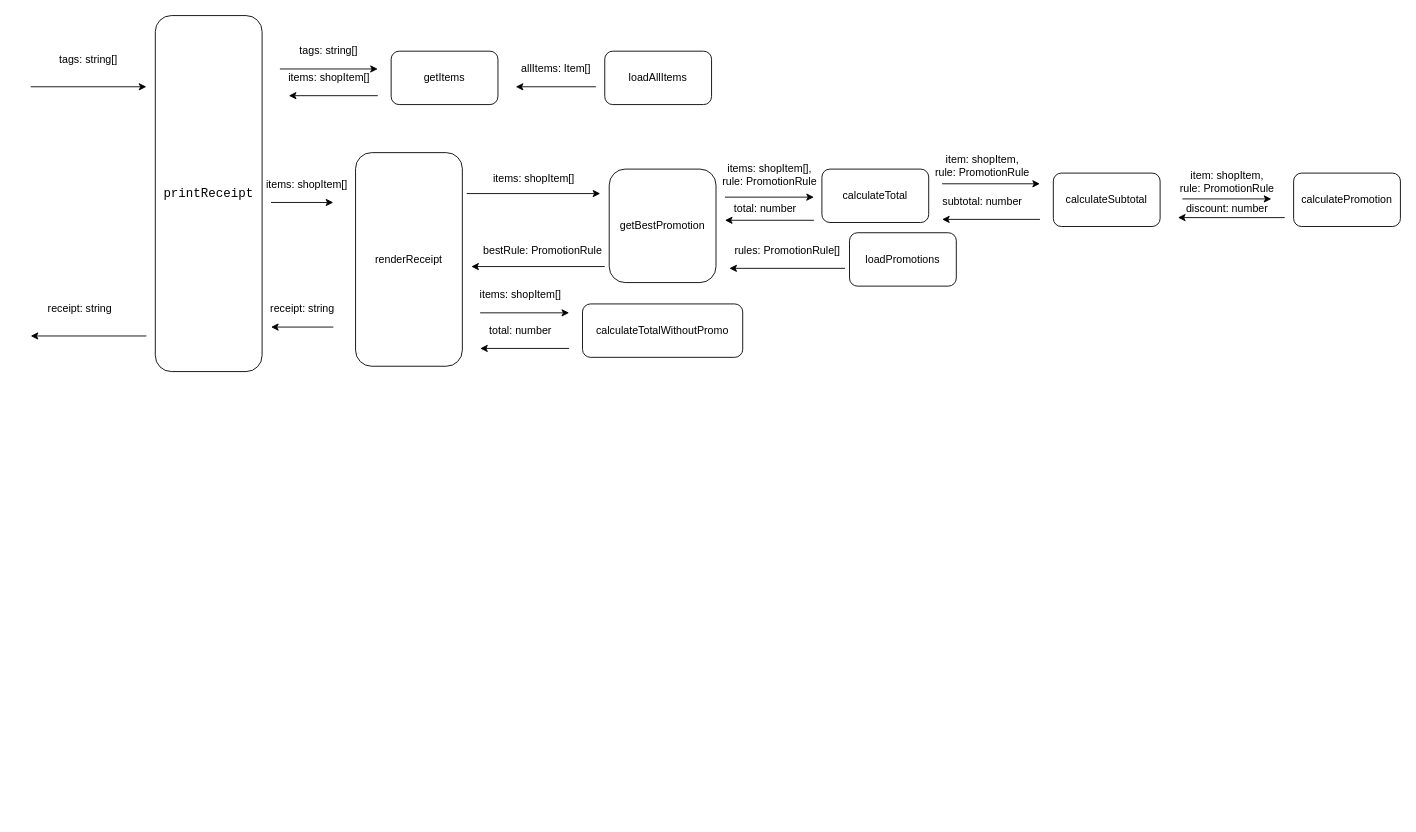
The draw.io diagram print-receipt.drawio in kristol07/POS-Machine-V1-2020-11-5-3-48-45-545, before the edit. Source tidied: cells renumbered, new cells numbered last; positions are measured from the earlier drawing's top-left corner, leaving out a move shared by most shapes. Both pictures are drawn from the tidied source at 89%, with x=0, y=0 at pixel (30, 15).
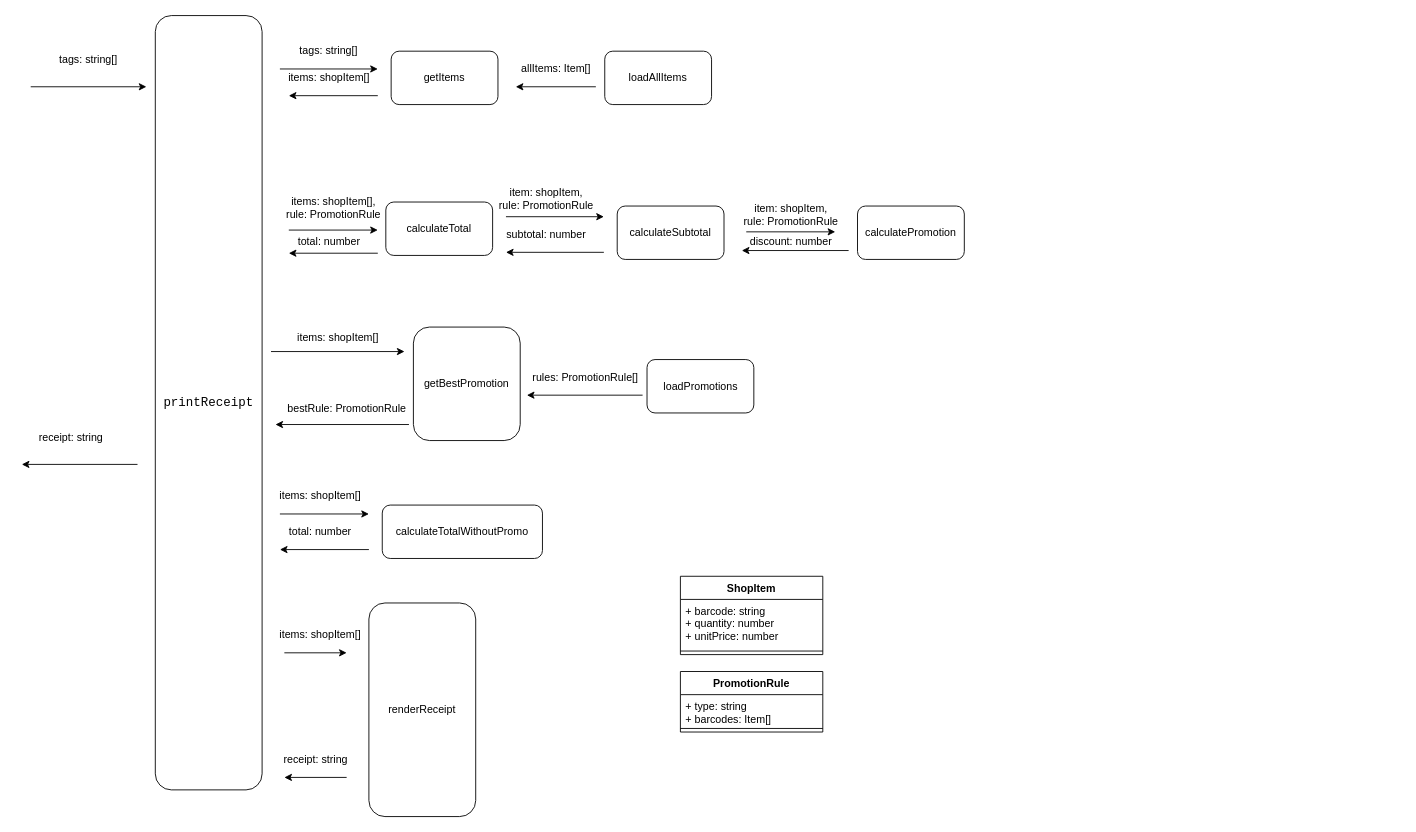
The same page after the edit.

Commit message (it also covers changes not shown here):
Feat: update tasking diagram

What changed in the source:
```diff
@@
     <mxCell id="2" value="&lt;div style=&quot;background-color: rgb(255 , 255 , 255) ; font-family: &amp;#34;consolas&amp;#34; , &amp;#34;courier new&amp;#34; , monospace ; font-size: 14px ; line-height: 19px&quot;&gt;printReceipt&lt;/div&gt;" style="rounded=1;whiteSpace=wrap;html=1;" parent="1" vertex="1">
-      <mxGeometry x="140" width="120" height="400" as="geometry" />
+      <mxGeometry x="140" width="120" height="870" as="geometry" />
     </mxCell>
@@
     <mxCell id="4" value="receipt: string" style="text;html=1;align=center;verticalAlign=middle;" parent="1" vertex="1">
-      <mxGeometry x="10" y="320" width="90" height="20" as="geometry" />
+      <mxGeometry y="464.3" width="90" height="20" as="geometry" />
     </mxCell>
@@
     <mxCell id="8" value="calculateSubtotal" style="rounded=1;whiteSpace=wrap;html=1;" parent="1" vertex="1">
-      <mxGeometry x="1149" y="177" width="120" height="60" as="geometry" />
+      <mxGeometry x="659" y="214" width="120" height="60" as="geometry" />
     </mxCell>
     <mxCell id="9" value="item: shopItem, &lt;br&gt;rule: PromotionRule" style="text;html=1;align=center;verticalAlign=middle;" parent="1" vertex="1">
-      <mxGeometry x="1009" y="154" width="120" height="30" as="geometry" />
+      <mxGeometry x="519" y="191" width="120" height="30" as="geometry" />
     </mxCell>
     <mxCell id="10" value="subtotal: number" style="text;html=1;align=center;verticalAlign=middle;" parent="1" vertex="1">
-      <mxGeometry x="1014" y="199" width="110" height="20" as="geometry" />
+      <mxGeometry x="524" y="236" width="110" height="20" as="geometry" />
     </mxCell>
     <mxCell id="11" value="calculateTotalWithoutPromo" style="rounded=1;whiteSpace=wrap;html=1;" parent="1" vertex="1">
-      <mxGeometry x="620" y="324" width="180" height="60" as="geometry" />
+      <mxGeometry x="395" y="550" width="180" height="60" as="geometry" />
     </mxCell>
     <mxCell id="12" value="items: shopItem[]" style="text;html=1;align=center;verticalAlign=middle;" parent="1" vertex="1">
-      <mxGeometry x="495" y="304" width="110" height="20" as="geometry" />
+      <mxGeometry x="270" y="530" width="110" height="20" as="geometry" />
     </mxCell>
     <mxCell id="13" value="total: number" style="text;html=1;align=center;verticalAlign=middle;" parent="1" vertex="1">
-      <mxGeometry x="505" y="344" width="90" height="20" as="geometry" />
+      <mxGeometry x="280" y="570" width="90" height="20" as="geometry" />
     </mxCell>
     <mxCell id="14" value="calculatePromotion" style="rounded=1;whiteSpace=wrap;html=1;" parent="1" vertex="1">
-      <mxGeometry x="1419" y="177" width="120" height="60" as="geometry" />
+      <mxGeometry x="929" y="214" width="120" height="60" as="geometry" />
     </mxCell>
     <mxCell id="15" value="item: shopItem,&lt;br&gt;rule: PromotionRule" style="text;html=1;align=center;verticalAlign=middle;" parent="1" vertex="1">
-      <mxGeometry x="1284" y="172" width="120" height="30" as="geometry" />
+      <mxGeometry x="794" y="209" width="120" height="30" as="geometry" />
     </mxCell>
     <mxCell id="16" value="discount: number" style="text;html=1;align=center;verticalAlign=middle;" parent="1" vertex="1">
-      <mxGeometry x="1289" y="207" width="110" height="20" as="geometry" />
+      <mxGeometry x="799" y="244" width="110" height="20" as="geometry" />
     </mxCell>
@@
     <mxCell id="19" value="renderReceipt" style="rounded=1;whiteSpace=wrap;html=1;" parent="1" vertex="1">
-      <mxGeometry x="365" y="154" width="120" height="240" as="geometry" />
+      <mxGeometry x="380" y="660" width="120" height="240" as="geometry" />
     </mxCell>
     <mxCell id="20" value="items: shopItem[]" style="text;html=1;align=center;verticalAlign=middle;" parent="1" vertex="1">
-      <mxGeometry x="255" y="180" width="110" height="20" as="geometry" />
+      <mxGeometry x="270" y="686" width="110" height="20" as="geometry" />
     </mxCell>
     <mxCell id="21" value="receipt: string" style="text;html=1;align=center;verticalAlign=middle;" parent="1" vertex="1">
-      <mxGeometry x="260" y="320" width="90" height="20" as="geometry" />
+      <mxGeometry x="275" y="826" width="90" height="20" as="geometry" />
     </mxCell>
@@
     <mxCell id="23" style="endArrow=classic;html=1;" parent="1" edge="1">
       <mxGeometry relative="1" as="geometry">
-        <mxPoint x="130" y="360" as="sourcePoint" />
-        <mxPoint y="360" as="targetPoint" />
+        <mxPoint x="120" y="504.3" as="sourcePoint" />
+        <mxPoint x="-10" y="504.3" as="targetPoint" />
       </mxGeometry>
     </mxCell>
@@
     <mxCell id="26" style="endArrow=classic;html=1;" parent="1" edge="1">
       <mxGeometry relative="1" as="geometry">
-        <mxPoint x="270" y="210" as="sourcePoint" />
-        <mxPoint x="340" y="210" as="targetPoint" />
+        <mxPoint x="285" y="716" as="sourcePoint" />
+        <mxPoint x="355" y="716" as="targetPoint" />
       </mxGeometry>
     </mxCell>
     <mxCell id="27" style="endArrow=classic;html=1;" parent="1" edge="1">
       <mxGeometry relative="1" as="geometry">
-        <mxPoint x="340" y="350" as="sourcePoint" />
-        <mxPoint x="270" y="350" as="targetPoint" />
+        <mxPoint x="355" y="856" as="sourcePoint" />
+        <mxPoint x="285" y="856" as="targetPoint" />
       </mxGeometry>
     </mxCell>
     <mxCell id="28" style="endArrow=classic;html=1;" parent="1" edge="1">
       <mxGeometry relative="1" as="geometry">
-        <mxPoint x="605" y="374" as="sourcePoint" />
-        <mxPoint x="505" y="374" as="targetPoint" />
+        <mxPoint x="380" y="600" as="sourcePoint" />
+        <mxPoint x="280" y="600" as="targetPoint" />
       </mxGeometry>
     </mxCell>
     <mxCell id="29" style="endArrow=classic;html=1;" parent="1" edge="1">
       <mxGeometry relative="1" as="geometry">
-        <mxPoint x="505" y="334" as="sourcePoint" />
-        <mxPoint x="605" y="334" as="targetPoint" />
+        <mxPoint x="280" y="560" as="sourcePoint" />
+        <mxPoint x="380" y="560" as="targetPoint" />
       </mxGeometry>
     </mxCell>
     <mxCell id="30" style="endArrow=classic;html=1;" parent="1" edge="1">
       <mxGeometry relative="1" as="geometry">
-        <mxPoint x="1134" y="229" as="sourcePoint" />
-        <mxPoint x="1024" y="229" as="targetPoint" />
+        <mxPoint x="644" y="266" as="sourcePoint" />
+        <mxPoint x="534" y="266" as="targetPoint" />
       </mxGeometry>
     </mxCell>
     <mxCell id="31" style="endArrow=classic;html=1;" parent="1" edge="1">
       <mxGeometry relative="1" as="geometry">
-        <mxPoint x="1024" y="189" as="sourcePoint" />
-        <mxPoint x="1134" y="189" as="targetPoint" />
+        <mxPoint x="534" y="226" as="sourcePoint" />
+        <mxPoint x="644" y="226" as="targetPoint" />
       </mxGeometry>
     </mxCell>
@@
     <mxCell id="33" style="endArrow=classic;html=1;" parent="1" edge="1">
       <mxGeometry relative="1" as="geometry">
-        <mxPoint x="1294" y="206" as="sourcePoint" />
-        <mxPoint x="1394" y="206" as="targetPoint" />
+        <mxPoint x="804" y="243" as="sourcePoint" />
+        <mxPoint x="904" y="243" as="targetPoint" />
       </mxGeometry>
     </mxCell>
     <mxCell id="34" style="endArrow=classic;html=1;" parent="1" edge="1">
       <mxGeometry relative="1" as="geometry">
-        <mxPoint x="1409" y="227" as="sourcePoint" />
-        <mxPoint x="1289" y="227" as="targetPoint" />
+        <mxPoint x="919" y="264" as="sourcePoint" />
+        <mxPoint x="799" y="264" as="targetPoint" />
       </mxGeometry>
     </mxCell>
     <mxCell id="35" value="getBestPromotion" style="rounded=1;whiteSpace=wrap;html=1;" parent="1" vertex="1">
-      <mxGeometry x="650" y="172.5" width="120" height="127.5" as="geometry" />
+      <mxGeometry x="430" y="350" width="120" height="127.5" as="geometry" />
     </mxCell>
     <mxCell id="36" value="items: shopItem[]" style="text;html=1;align=center;verticalAlign=middle;" parent="1" vertex="1">
-      <mxGeometry x="510" y="174" width="110" height="20" as="geometry" />
+      <mxGeometry x="290" y="351.5" width="110" height="20" as="geometry" />
     </mxCell>
     <mxCell id="37" value="bestRule: PromotionRule" style="text;html=1;align=center;verticalAlign=middle;" parent="1" vertex="1">
-      <mxGeometry x="500" y="254" width="150" height="20" as="geometry" />
+      <mxGeometry x="280" y="431.5" width="150" height="20" as="geometry" />
     </mxCell>
     <mxCell id="38" style="endArrow=classic;html=1;" parent="1" edge="1">
       <mxGeometry relative="1" as="geometry">
-        <mxPoint x="490" y="200" as="sourcePoint" />
-        <mxPoint x="640" y="200" as="targetPoint" />
+        <mxPoint x="270" y="377.5" as="sourcePoint" />
+        <mxPoint x="420" y="377.5" as="targetPoint" />
       </mxGeometry>
     </mxCell>
     <mxCell id="39" style="endArrow=classic;html=1;" parent="1" edge="1">
       <mxGeometry relative="1" as="geometry">
-        <mxPoint x="645" y="282" as="sourcePoint" />
-        <mxPoint x="495" y="282" as="targetPoint" />
+        <mxPoint x="425" y="459.5" as="sourcePoint" />
+        <mxPoint x="275" y="459.5" as="targetPoint" />
       </mxGeometry>
     </mxCell>
     <mxCell id="40" value="loadPromotions" style="rounded=1;whiteSpace=wrap;html=1;" parent="1" vertex="1">
-      <mxGeometry x="920" y="244" width="120" height="60" as="geometry" />
+      <mxGeometry x="692.5" y="386.5" width="120" height="60" as="geometry" />
     </mxCell>
     <mxCell id="41" value="rules: PromotionRule[]" style="text;html=1;align=center;verticalAlign=middle;" parent="1" vertex="1">
-      <mxGeometry x="785" y="254" width="130" height="20" as="geometry" />
+      <mxGeometry x="557.5" y="396.5" width="130" height="20" as="geometry" />
     </mxCell>
     <mxCell id="42" style="endArrow=classic;html=1;" parent="1" edge="1">
       <mxGeometry relative="1" as="geometry">
-        <mxPoint x="915" y="284" as="sourcePoint" />
-        <mxPoint x="785" y="284" as="targetPoint" />
+        <mxPoint x="687.5" y="426.5" as="sourcePoint" />
+        <mxPoint x="557.5" y="426.5" as="targetPoint" />
       </mxGeometry>
     </mxCell>
     <mxCell id="43" value="calculateTotal" style="rounded=1;whiteSpace=wrap;html=1;" parent="1" vertex="1">
-      <mxGeometry x="889" y="172.5" width="120" height="60" as="geometry" />
+      <mxGeometry x="399" y="209.5" width="120" height="60" as="geometry" />
     </mxCell>
     <mxCell id="44" value="items: shopItem[],&lt;br&gt;rule: PromotionRule" style="text;html=1;align=center;verticalAlign=middle;" parent="1" vertex="1">
-      <mxGeometry x="770" y="164" width="120" height="30" as="geometry" />
+      <mxGeometry x="280" y="201" width="120" height="30" as="geometry" />
     </mxCell>
     <mxCell id="45" value="total: number" style="text;html=1;align=center;verticalAlign=middle;" parent="1" vertex="1">
-      <mxGeometry x="780" y="207" width="90" height="20" as="geometry" />
+      <mxGeometry x="290" y="244" width="90" height="20" as="geometry" />
     </mxCell>
     <mxCell id="46" style="endArrow=classic;html=1;fontFamily=Helvetica;fontSize=11;fontColor=#000000;align=center;strokeColor=#000000;" parent="1" edge="1">
       <mxGeometry relative="1" as="geometry">
-        <mxPoint x="780" y="204" as="sourcePoint" />
-        <mxPoint x="880" y="204" as="targetPoint" />
+        <mxPoint x="290" y="241" as="sourcePoint" />
+        <mxPoint x="390" y="241" as="targetPoint" />
       </mxGeometry>
     </mxCell>
     <mxCell id="47" style="endArrow=classic;html=1;" parent="1" edge="1">
       <mxGeometry relative="1" as="geometry">
-        <mxPoint x="880" y="230" as="sourcePoint" />
-        <mxPoint x="780" y="230" as="targetPoint" />
+        <mxPoint x="390" y="267" as="sourcePoint" />
+        <mxPoint x="290" y="267" as="targetPoint" />
       </mxGeometry>
     </mxCell>
+    <mxCell id="48" value="ShopItem" style="swimlane;fontStyle=1;align=center;verticalAlign=top;horizontal=1;startSize=26;" parent="1" vertex="1">
+      <mxGeometry x="730" y="630" width="160" height="88" as="geometry" />
+    </mxCell>
+    <mxCell id="49" value="+ barcode: string&#10;+ quantity: number&#10;+ unitPrice: number" style="text;strokeColor=none;fillColor=none;align=left;verticalAlign=top;spacingLeft=4;spacingRight=4;overflow=hidden;" parent="48" vertex="1">
+      <mxGeometry y="26" width="160" height="54" as="geometry" />
+    </mxCell>
+    <mxCell id="50" style="line;strokeWidth=1;fillColor=none;align=left;verticalAlign=middle;spacingTop=-1;spacingLeft=3;spacingRight=3;labelPosition=right;" parent="48" vertex="1">
+      <mxGeometry y="80" width="160" height="8" as="geometry" />
+    </mxCell>
+    <mxCell id="51" value="PromotionRule" style="swimlane;fontStyle=1;align=center;verticalAlign=top;horizontal=1;startSize=26;" parent="1" vertex="1">
+      <mxGeometry x="730" y="737" width="160" height="68" as="geometry" />
+    </mxCell>
+    <mxCell id="52" value="+ type: string&#10;+ barcodes: Item[]" style="text;strokeColor=none;fillColor=none;align=left;verticalAlign=top;spacingLeft=4;spacingRight=4;overflow=hidden;" parent="51" vertex="1">
+      <mxGeometry y="26" width="160" height="34" as="geometry" />
+    </mxCell>
+    <mxCell id="53" style="line;strokeWidth=1;fillColor=none;align=left;verticalAlign=middle;spacingTop=-1;spacingLeft=3;spacingRight=3;labelPosition=right;" parent="51" vertex="1">
+      <mxGeometry y="60" width="160" height="8" as="geometry" />
+    </mxCell>
```
